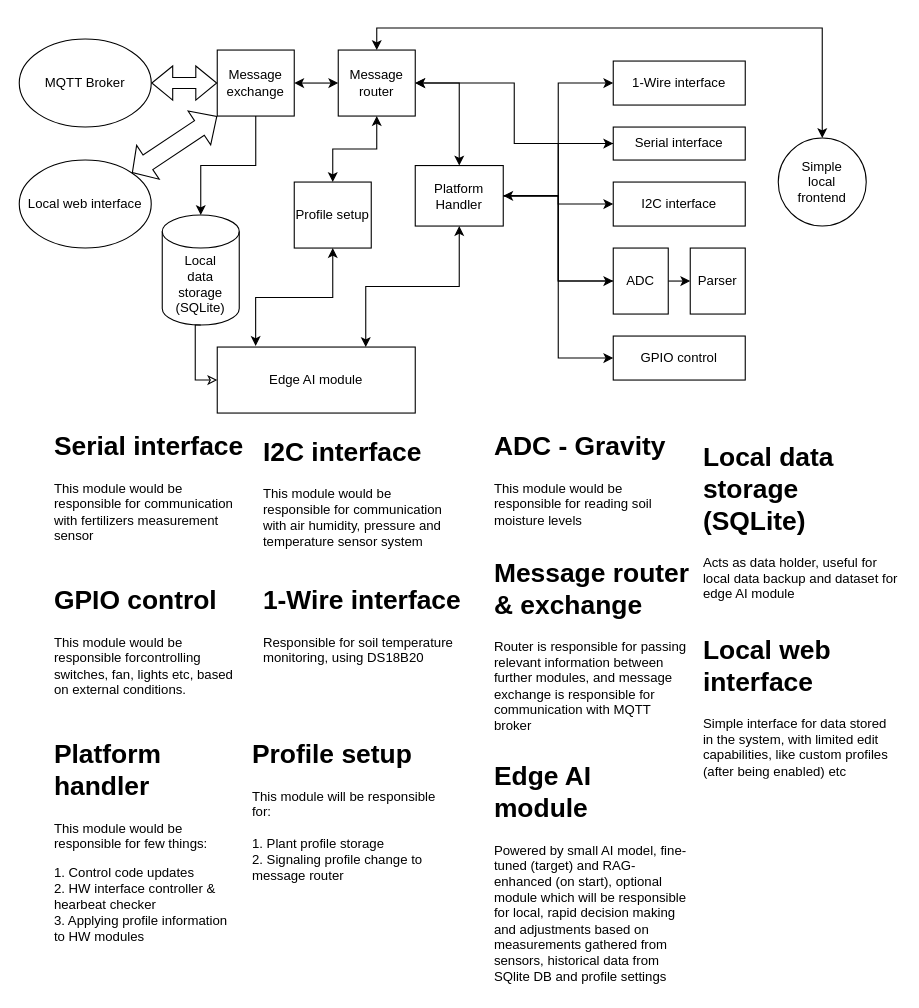
This is page "DeviceArch" (3 of 4) of docs/models/Project.drawio from KhazAkar/ags, a draw.io file, before an edit. Source tidied: cells renumbered, new cells numbered last; positions are measured from the earlier drawing's top-left corner, leaving out a move shared by most shapes. Both pictures are drawn from the tidied source at 110%, with x=0, y=0 at pixel (19, 28).
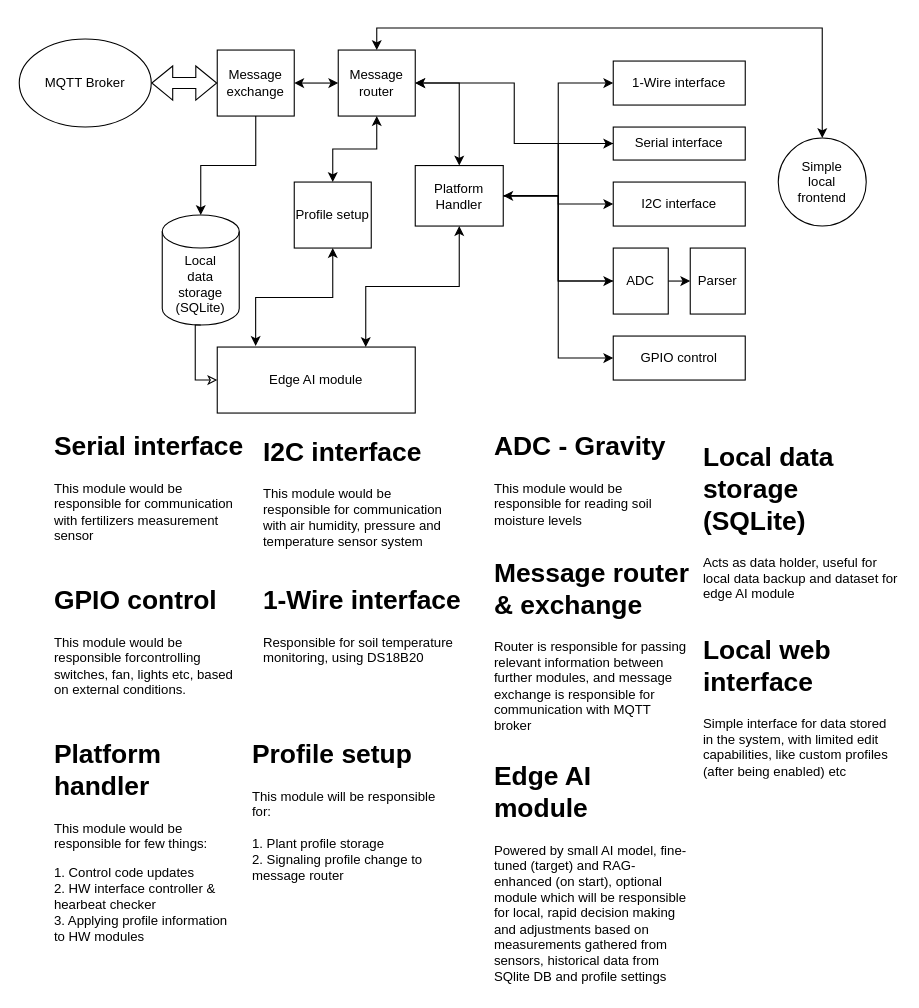
After the change.

The change refers to these unchanged cells:
```xml
<mxCell id="17" value="Message&lt;br&gt;exchange" style="rounded=0;whiteSpace=wrap;html=1;" parent="1" vertex="1">
  <mxGeometry x="180" y="20" width="70" height="60" as="geometry" />
</mxCell>
```

Change to the diagram source:
```diff
@@
-    <mxCell id="43" value="Local web interface" style="ellipse;whiteSpace=wrap;html=1;" parent="1" vertex="1">
-      <mxGeometry y="120" width="120" height="80" as="geometry" />
-    </mxCell>
-    <mxCell id="44" style="shape=flexArrow;endArrow=classic;startArrow=classic;html=1;rounded=0;entryX=0;entryY=1;entryDx=0;entryDy=0;exitX=1;exitY=0;exitDx=0;exitDy=0;width=16;startSize=5.33;" parent="1" edge="1" source="43" target="17">
-      <mxGeometry relative="1" as="geometry" />
-    </mxCell>
```
